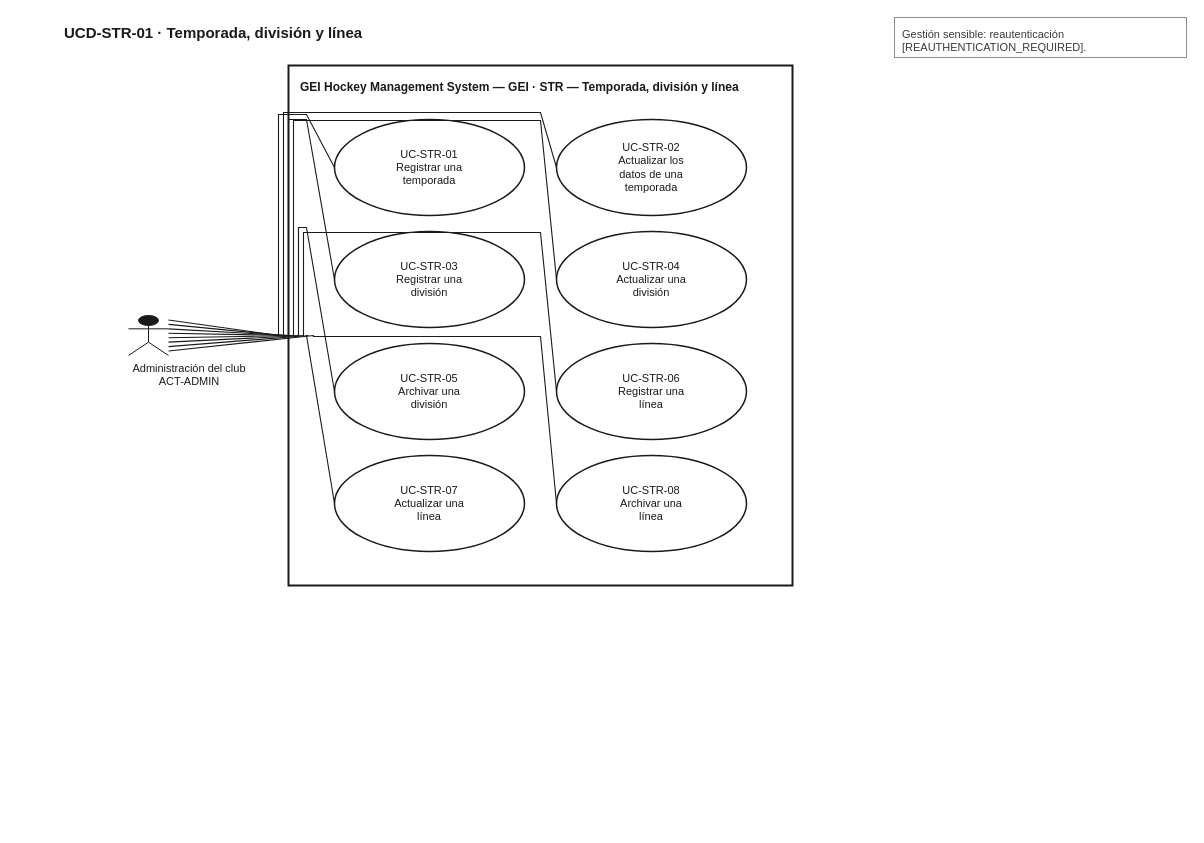
Above: docs/uml/use-cases/source-v1_1/UCD-STR-01__GEI_Season_Division_Line.drawio in xeyroxpagode/Cluber (draw.io), before the change. Source tidied: cells renumbered, new cells numbered last; positions are measured from the earlier drawing's top-left corner, leaving out a move shared by most shapes. Both pictures are drawn from the tidied source at 100%, with x=0, y=0 at pixel (62, 17).
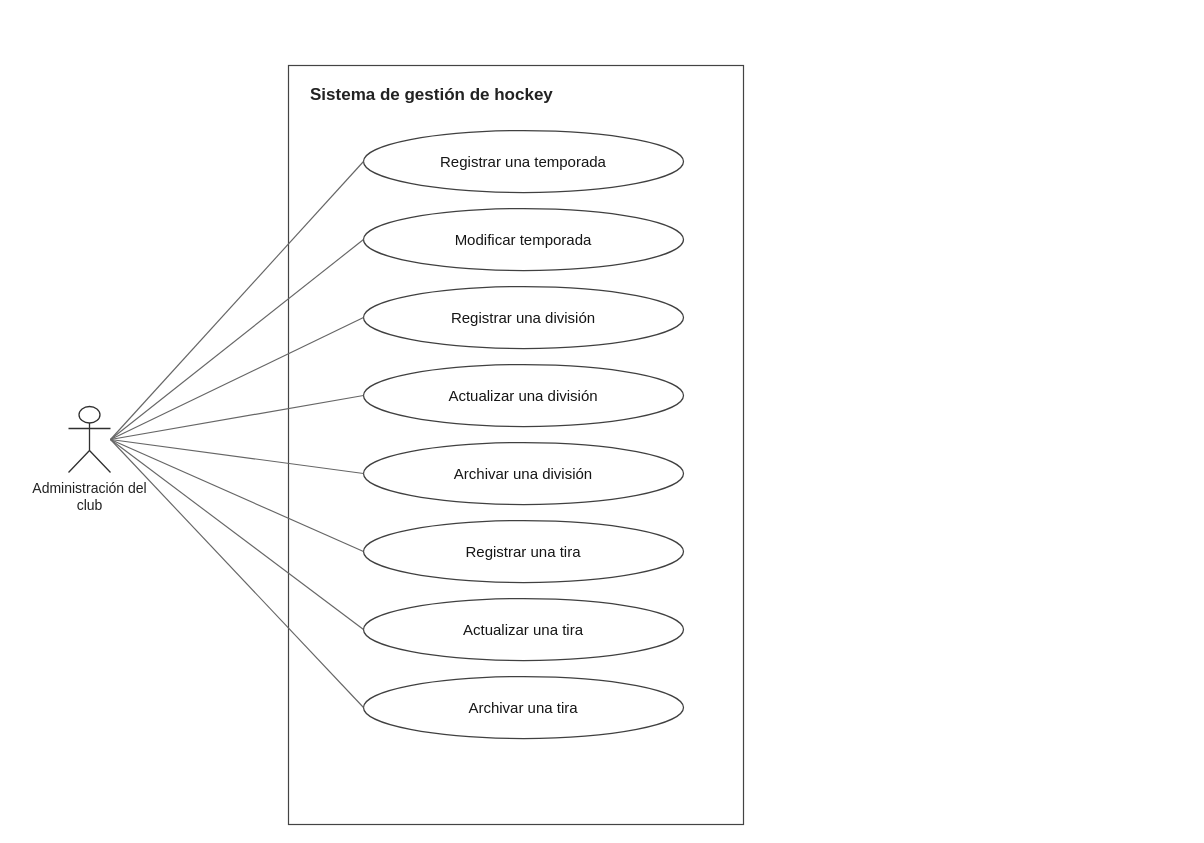
The same diagram, later.

Diff of the diagram source:
```diff
@@
-<mxGraphModel>
+<mxGraphModel background="#FFFFFF">
@@
-    <mxCell id="2" value="UCD-STR-01 · Temporada, división y línea" style="text;html=1;strokeColor=none;fillColor=none;align=left;verticalAlign=middle;fontFamily=Helvetica;fontSize=15;fontStyle=1;fontColor=#1A1A1A;" parent="1" vertex="1">
-      <mxGeometry y="2" width="800" height="26" as="geometry" />
-    </mxCell>
-    <mxCell id="3" value="GEI Hockey Management System — GEI · STR — Temporada, división y línea" style="rounded=0;whiteSpace=wrap;html=1;fillColor=#FFFFFF;strokeColor=#1A1A1A;strokeWidth=2;verticalAlign=top;align=left;spacingLeft=10;spacingTop=8;fontFamily=Helvetica;fontSize=12;fontStyle=1;fontColor=#1A1A1A;" parent="1" vertex="1">
-      <mxGeometry x="226" y="48" width="504" height="520" as="geometry" />
+    <mxCell id="3" value="Sistema de gestión de hockey" style="rounded=0;whiteSpace=wrap;html=1;fillColor=#FFFFFF;strokeColor=#444444;strokeWidth=1.2;fontStyle=1;fontSize=17;fontColor=#222222;align=left;verticalAlign=top;spacingLeft=20;spacingTop=13;" parent="1" vertex="1">
+      <mxGeometry x="226" y="48" width="455" height="759" as="geometry" />
     </mxCell>
-    <mxCell id="4" value="UC-STR-01&lt;br&gt;Registrar una&lt;br&gt;temporada" style="ellipse;whiteSpace=wrap;html=1;fillColor=#FFFFFF;strokeColor=#1A1A1A;strokeWidth=1.5;fontFamily=Helvetica;fontSize=11;fontColor=#1A1A1A;align=center;verticalAlign=middle;" parent="1" vertex="1">
-      <mxGeometry x="272" y="102" width="190" height="96" as="geometry" />
-    </mxCell>
-    <mxCell id="5" value="UC-STR-02&lt;br&gt;Actualizar los&lt;br&gt;datos de una&lt;br&gt;temporada" style="ellipse;whiteSpace=wrap;html=1;fillColor=#FFFFFF;strokeColor=#1A1A1A;strokeWidth=1.5;fontFamily=Helvetica;fontSize=11;fontColor=#1A1A1A;align=center;verticalAlign=middle;" parent="1" vertex="1">
-      <mxGeometry x="494" y="102" width="190" height="96" as="geometry" />
-    </mxCell>
-    <mxCell id="6" value="UC-STR-03&lt;br&gt;Registrar una&lt;br&gt;división" style="ellipse;whiteSpace=wrap;html=1;fillColor=#FFFFFF;strokeColor=#1A1A1A;strokeWidth=1.5;fontFamily=Helvetica;fontSize=11;fontColor=#1A1A1A;align=center;verticalAlign=middle;" parent="1" vertex="1">
-      <mxGeometry x="272" y="214" width="190" height="96" as="geometry" />
-    </mxCell>
-    <mxCell id="7" value="UC-STR-04&lt;br&gt;Actualizar una&lt;br&gt;división" style="ellipse;whiteSpace=wrap;html=1;fillColor=#FFFFFF;strokeColor=#1A1A1A;strokeWidth=1.5;fontFamily=Helvetica;fontSize=11;fontColor=#1A1A1A;align=center;verticalAlign=middle;" parent="1" vertex="1">
-      <mxGeometry x="494" y="214" width="190" height="96" as="geometry" />
-    </mxCell>
-    <mxCell id="8" value="UC-STR-05&lt;br&gt;Archivar una&lt;br&gt;división" style="ellipse;whiteSpace=wrap;html=1;fillColor=#FFFFFF;strokeColor=#1A1A1A;strokeWidth=1.5;fontFamily=Helvetica;fontSize=11;fontColor=#1A1A1A;align=center;verticalAlign=middle;" parent="1" vertex="1">
-      <mxGeometry x="272" y="326" width="190" height="96" as="geometry" />
-    </mxCell>
-    <mxCell id="9" value="UC-STR-06&lt;br&gt;Registrar una&lt;br&gt;línea" style="ellipse;whiteSpace=wrap;html=1;fillColor=#FFFFFF;strokeColor=#1A1A1A;strokeWidth=1.5;fontFamily=Helvetica;fontSize=11;fontColor=#1A1A1A;align=center;verticalAlign=middle;" parent="1" vertex="1">
-      <mxGeometry x="494" y="326" width="190" height="96" as="geometry" />
-    </mxCell>
-    <mxCell id="10" value="UC-STR-07&lt;br&gt;Actualizar una&lt;br&gt;línea" style="ellipse;whiteSpace=wrap;html=1;fillColor=#FFFFFF;strokeColor=#1A1A1A;strokeWidth=1.5;fontFamily=Helvetica;fontSize=11;fontColor=#1A1A1A;align=center;verticalAlign=middle;" parent="1" vertex="1">
-      <mxGeometry x="272" y="438" width="190" height="96" as="geometry" />
-    </mxCell>
-    <mxCell id="11" value="UC-STR-08&lt;br&gt;Archivar una&lt;br&gt;línea" style="ellipse;whiteSpace=wrap;html=1;fillColor=#FFFFFF;strokeColor=#1A1A1A;strokeWidth=1.5;fontFamily=Helvetica;fontSize=11;fontColor=#1A1A1A;align=center;verticalAlign=middle;" parent="1" vertex="1">
-      <mxGeometry x="494" y="438" width="190" height="96" as="geometry" />
-    </mxCell>
-    <mxCell id="12" style="shape=umlActor;html=1;verticalLabelPosition=bottom;verticalAlign=top;align=center;labelBackgroundColor=#FFFFFF;fontFamily=Helvetica;fontSize=11;fontColor=#1A1A1A;strokeColor=#1A1A1A;fillColor=#1A1A1A;" parent="1" vertex="1">
-      <mxGeometry x="66" y="298" width="40" height="40" as="geometry" />
-    </mxCell>
-    <mxCell id="13" value="Administración del club&lt;br&gt;ACT-ADMIN" style="text;html=1;strokeColor=none;fillColor=none;align=center;verticalAlign=top;fontFamily=Helvetica;fontSize=11;fontColor=#1A1A1A;whiteSpace=wrap;" parent="1" vertex="1">
-      <mxGeometry x="42" y="338" width="170" height="28" as="geometry" />
-    </mxCell>
-    <mxCell id="14" value="Gestión sensible: reautenticación&lt;br&gt;[REAUTHENTICATION_REQUIRED]." style="rounded=0;whiteSpace=wrap;html=1;fillColor=#FFFFFF;strokeColor=#8C8C8C;strokeWidth=1;align=left;verticalAlign=top;spacingLeft=6;spacingTop=4;fontFamily=Helvetica;fontSize=11;fontColor=#3A3A3A;" parent="1" vertex="1">
-      <mxGeometry x="832" width="292" height="40" as="geometry" />
-    </mxCell>
-    <mxCell id="15" style="endArrow=none;html=1;rounded=0;strokeColor=#1A1A1A;strokeWidth=1.1;exitX=1;exitY=0.1111111111111111;exitDx=0;exitDy=0;entryX=0;entryY=0.5;entryDx=0;entryDy=0;" parent="1" edge="1" source="12" target="4">
-      <mxGeometry relative="1" as="geometry">
-        <Array as="points">
-          <mxPoint x="216" y="318" />
-          <mxPoint x="216" y="97" />
-          <mxPoint x="244" y="97" />
-          <mxPoint x="272" y="150" />
-        </Array>
-      </mxGeometry>
-    </mxCell>
-    <mxCell id="16" style="endArrow=none;html=1;rounded=0;strokeColor=#1A1A1A;strokeWidth=1.1;exitX=1;exitY=0.2222222222222222;exitDx=0;exitDy=0;entryX=0;entryY=0.5;entryDx=0;entryDy=0;" parent="1" edge="1" source="12" target="5">
-      <mxGeometry relative="1" as="geometry">
-        <Array as="points">
-          <mxPoint x="221" y="318" />
-          <mxPoint x="221" y="95" />
-          <mxPoint x="478" y="95" />
-          <mxPoint x="494" y="150" />
-        </Array>
-      </mxGeometry>
-    </mxCell>
-    <mxCell id="17" style="endArrow=none;html=1;rounded=0;strokeColor=#1A1A1A;strokeWidth=1.1;exitX=1;exitY=0.3333333333333333;exitDx=0;exitDy=0;entryX=0;entryY=0.5;entryDx=0;entryDy=0;" parent="1" edge="1" source="12" target="6">
-      <mxGeometry relative="1" as="geometry">
-        <Array as="points">
-          <mxPoint x="226" y="318" />
-          <mxPoint x="226" y="102" />
-          <mxPoint x="244" y="102" />
-          <mxPoint x="272" y="262" />
-        </Array>
-      </mxGeometry>
-    </mxCell>
-    <mxCell id="18" style="endArrow=none;html=1;rounded=0;strokeColor=#1A1A1A;strokeWidth=1.1;exitX=1;exitY=0.4444444444444444;exitDx=0;exitDy=0;entryX=0;entryY=0.5;entryDx=0;entryDy=0;" parent="1" edge="1" source="12" target="7">
-      <mxGeometry relative="1" as="geometry">
-        <Array as="points">
-          <mxPoint x="231" y="318" />
-          <mxPoint x="231" y="103" />
-          <mxPoint x="478" y="103" />
-          <mxPoint x="494" y="262" />
-        </Array>
-      </mxGeometry>
-    </mxCell>
-    <mxCell id="19" style="endArrow=none;html=1;rounded=0;strokeColor=#1A1A1A;strokeWidth=1.1;exitX=1;exitY=0.5555555555555556;exitDx=0;exitDy=0;entryX=0;entryY=0.5;entryDx=0;entryDy=0;" parent="1" edge="1" source="12" target="8">
-      <mxGeometry relative="1" as="geometry">
-        <Array as="points">
-          <mxPoint x="236" y="318" />
-          <mxPoint x="236" y="210" />
-          <mxPoint x="244" y="210" />
-          <mxPoint x="272" y="374" />
-        </Array>
-      </mxGeometry>
-    </mxCell>
-    <mxCell id="20" style="endArrow=none;html=1;rounded=0;strokeColor=#1A1A1A;strokeWidth=1.1;exitX=1;exitY=0.6666666666666666;exitDx=0;exitDy=0;entryX=0;entryY=0.5;entryDx=0;entryDy=0;" parent="1" edge="1" source="12" target="9">
-      <mxGeometry relative="1" as="geometry">
-        <Array as="points">
-          <mxPoint x="241" y="318" />
-          <mxPoint x="241" y="215" />
-          <mxPoint x="478" y="215" />
-          <mxPoint x="494" y="374" />
-        </Array>
-      </mxGeometry>
-    </mxCell>
-    <mxCell id="21" style="endArrow=none;html=1;rounded=0;strokeColor=#1A1A1A;strokeWidth=1.1;exitX=1;exitY=0.7777777777777778;exitDx=0;exitDy=0;entryX=0;entryY=0.5;entryDx=0;entryDy=0;" parent="1" edge="1" source="12" target="10">
-      <mxGeometry relative="1" as="geometry">
-        <Array as="points">
-          <mxPoint x="246" y="318" />
-          <mxPoint x="246" y="318" />
-          <mxPoint x="244" y="318" />
-          <mxPoint x="272" y="486" />
-        </Array>
-      </mxGeometry>
-    </mxCell>
-    <mxCell id="22" style="endArrow=none;html=1;rounded=0;strokeColor=#1A1A1A;strokeWidth=1.1;exitX=1;exitY=0.8888888888888888;exitDx=0;exitDy=0;entryX=0;entryY=0.5;entryDx=0;entryDy=0;" parent="1" edge="1" source="12" target="11">
-      <mxGeometry relative="1" as="geometry">
-        <Array as="points">
-          <mxPoint x="251" y="318" />
-          <mxPoint x="251" y="319" />
-          <mxPoint x="478" y="319" />
-          <mxPoint x="494" y="486" />
-        </Array>
-      </mxGeometry>
-    </mxCell>
+    <mxCell id="23" value="Registrar una temporada" style="ellipse;html=1;whiteSpace=wrap;fillColor=#FFFFFF;strokeColor=#404040;strokeWidth=1.25;fontColor=#161616;fontSize=15;align=center;verticalAlign=middle;spacing=10;" parent="1" vertex="1">
+      <mxGeometry x="301" y="113" width="320" height="62" as="geometry" />
+    </mxCell>
+    <mxCell id="24" value="Modificar temporada" style="ellipse;html=1;whiteSpace=wrap;fillColor=#FFFFFF;strokeColor=#404040;strokeWidth=1.25;fontColor=#161616;fontSize=15;align=center;verticalAlign=middle;spacing=10;" parent="1" vertex="1">
+      <mxGeometry x="301" y="191" width="320" height="62" as="geometry" />
+    </mxCell>
+    <mxCell id="25" value="Registrar una división" style="ellipse;html=1;whiteSpace=wrap;fillColor=#FFFFFF;strokeColor=#404040;strokeWidth=1.25;fontColor=#161616;fontSize=15;align=center;verticalAlign=middle;spacing=10;" parent="1" vertex="1">
+      <mxGeometry x="301" y="269" width="320" height="62" as="geometry" />
+    </mxCell>
+    <mxCell id="26" value="Actualizar una división" style="ellipse;html=1;whiteSpace=wrap;fillColor=#FFFFFF;strokeColor=#404040;strokeWidth=1.25;fontColor=#161616;fontSize=15;align=center;verticalAlign=middle;spacing=10;" parent="1" vertex="1">
+      <mxGeometry x="301" y="347" width="320" height="62" as="geometry" />
+    </mxCell>
+    <mxCell id="27" value="Archivar una división" style="ellipse;html=1;whiteSpace=wrap;fillColor=#FFFFFF;strokeColor=#404040;strokeWidth=1.25;fontColor=#161616;fontSize=15;align=center;verticalAlign=middle;spacing=10;" parent="1" vertex="1">
+      <mxGeometry x="301" y="425" width="320" height="62" as="geometry" />
+    </mxCell>
+    <mxCell id="28" value="Registrar una tira" style="ellipse;html=1;whiteSpace=wrap;fillColor=#FFFFFF;strokeColor=#404040;strokeWidth=1.25;fontColor=#161616;fontSize=15;align=center;verticalAlign=middle;spacing=10;" parent="1" vertex="1">
+      <mxGeometry x="301" y="503" width="320" height="62" as="geometry" />
+    </mxCell>
+    <mxCell id="29" value="Actualizar una tira" style="ellipse;html=1;whiteSpace=wrap;fillColor=#FFFFFF;strokeColor=#404040;strokeWidth=1.25;fontColor=#161616;fontSize=15;align=center;verticalAlign=middle;spacing=10;" parent="1" vertex="1">
+      <mxGeometry x="301" y="581" width="320" height="62" as="geometry" />
+    </mxCell>
+    <mxCell id="30" value="Archivar una tira" style="ellipse;html=1;whiteSpace=wrap;fillColor=#FFFFFF;strokeColor=#404040;strokeWidth=1.25;fontColor=#161616;fontSize=15;align=center;verticalAlign=middle;spacing=10;" parent="1" vertex="1">
+      <mxGeometry x="301" y="659" width="320" height="62" as="geometry" />
+    </mxCell>
+    <mxCell id="31" style="shape=umlActor;html=1;strokeColor=#303030;strokeWidth=1.3;fillColor=#FFFFFF;" parent="1" vertex="1">
+      <mxGeometry x="6" y="389" width="42" height="66" as="geometry" />
+    </mxCell>
+    <mxCell id="32" value="Administración del club" style="text;html=1;whiteSpace=wrap;align=center;verticalAlign=top;fontSize=14;fontColor=#222222;fillColor=none;strokeColor=none;" parent="1" vertex="1">
+      <mxGeometry x="-45" y="456" width="145" height="44" as="geometry" />
+    </mxCell>
+    <mxCell id="33" style="endArrow=none;startArrow=none;html=1;strokeColor=#666666;strokeWidth=1.15;rounded=0;edgeStyle=none;exitX=1;exitY=0.5;entryX=0;entryY=0.5;" parent="1" edge="1" source="31" target="23">
+      <mxGeometry relative="1" as="geometry" />
+    </mxCell>
+    <mxCell id="34" style="endArrow=none;startArrow=none;html=1;strokeColor=#666666;strokeWidth=1.15;rounded=0;edgeStyle=none;exitX=1;exitY=0.5;entryX=0;entryY=0.5;" parent="1" edge="1" source="31" target="24">
+      <mxGeometry relative="1" as="geometry" />
+    </mxCell>
+    <mxCell id="35" style="endArrow=none;startArrow=none;html=1;strokeColor=#666666;strokeWidth=1.15;rounded=0;edgeStyle=none;exitX=1;exitY=0.5;entryX=0;entryY=0.5;" parent="1" edge="1" source="31" target="25">
+      <mxGeometry relative="1" as="geometry" />
+    </mxCell>
+    <mxCell id="36" style="endArrow=none;startArrow=none;html=1;strokeColor=#666666;strokeWidth=1.15;rounded=0;edgeStyle=none;exitX=1;exitY=0.5;entryX=0;entryY=0.5;" parent="1" edge="1" source="31" target="26">
+      <mxGeometry relative="1" as="geometry" />
+    </mxCell>
+    <mxCell id="37" style="endArrow=none;startArrow=none;html=1;strokeColor=#666666;strokeWidth=1.15;rounded=0;edgeStyle=none;exitX=1;exitY=0.5;entryX=0;entryY=0.5;" parent="1" edge="1" source="31" target="27">
+      <mxGeometry relative="1" as="geometry" />
+    </mxCell>
+    <mxCell id="38" style="endArrow=none;startArrow=none;html=1;strokeColor=#666666;strokeWidth=1.15;rounded=0;edgeStyle=none;exitX=1;exitY=0.5;entryX=0;entryY=0.5;" parent="1" edge="1" source="31" target="28">
+      <mxGeometry relative="1" as="geometry" />
+    </mxCell>
+    <mxCell id="39" style="endArrow=none;startArrow=none;html=1;strokeColor=#666666;strokeWidth=1.15;rounded=0;edgeStyle=none;exitX=1;exitY=0.5;entryX=0;entryY=0.5;" parent="1" edge="1" source="31" target="29">
+      <mxGeometry relative="1" as="geometry" />
+    </mxCell>
+    <mxCell id="40" style="endArrow=none;startArrow=none;html=1;strokeColor=#666666;strokeWidth=1.15;rounded=0;edgeStyle=none;exitX=1;exitY=0.5;entryX=0;entryY=0.5;" parent="1" edge="1" source="31" target="30">
+      <mxGeometry relative="1" as="geometry" />
+    </mxCell>
```
